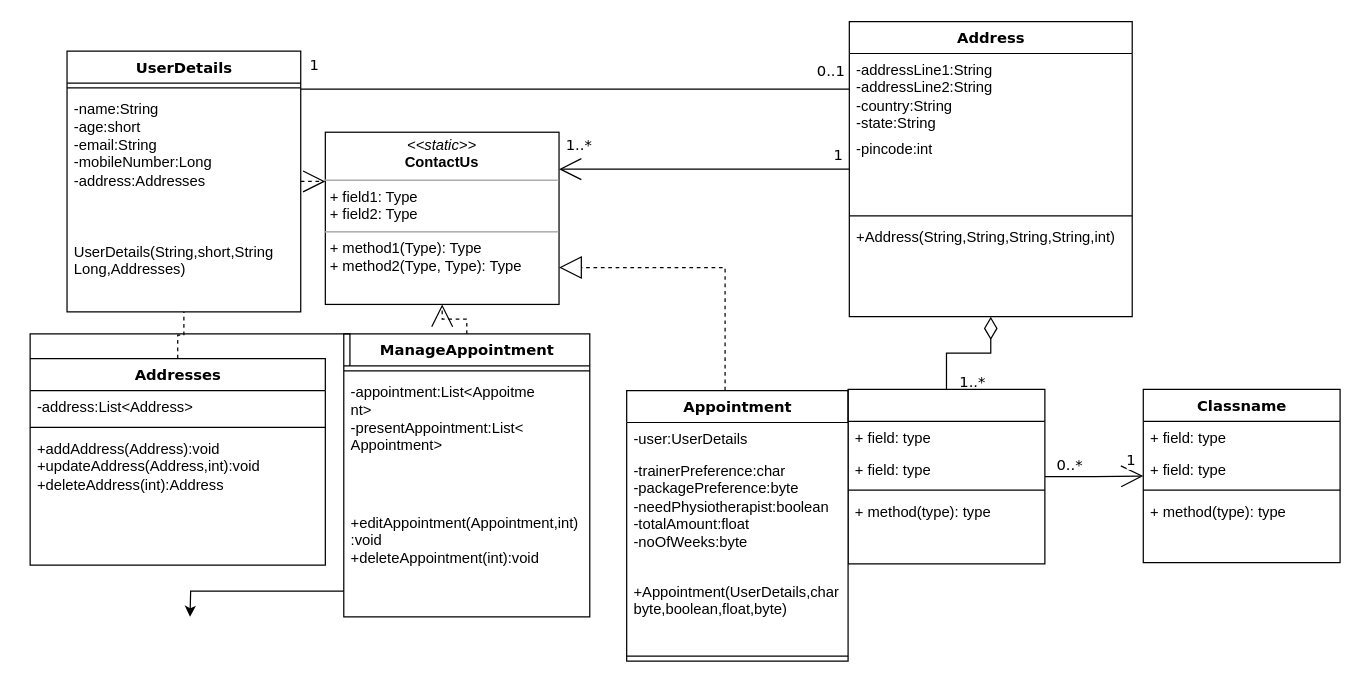
Before: Untitled Diagram.drawio in amitkumar-29/java-practice, a draw.io diagram. Source tidied: cells renumbered, new cells numbered last; positions are measured from the earlier drawing's top-left corner, leaving out a move shared by most shapes. Both pictures are drawn from the tidied source at 123%, with x=0, y=0 at pixel (30, 21).
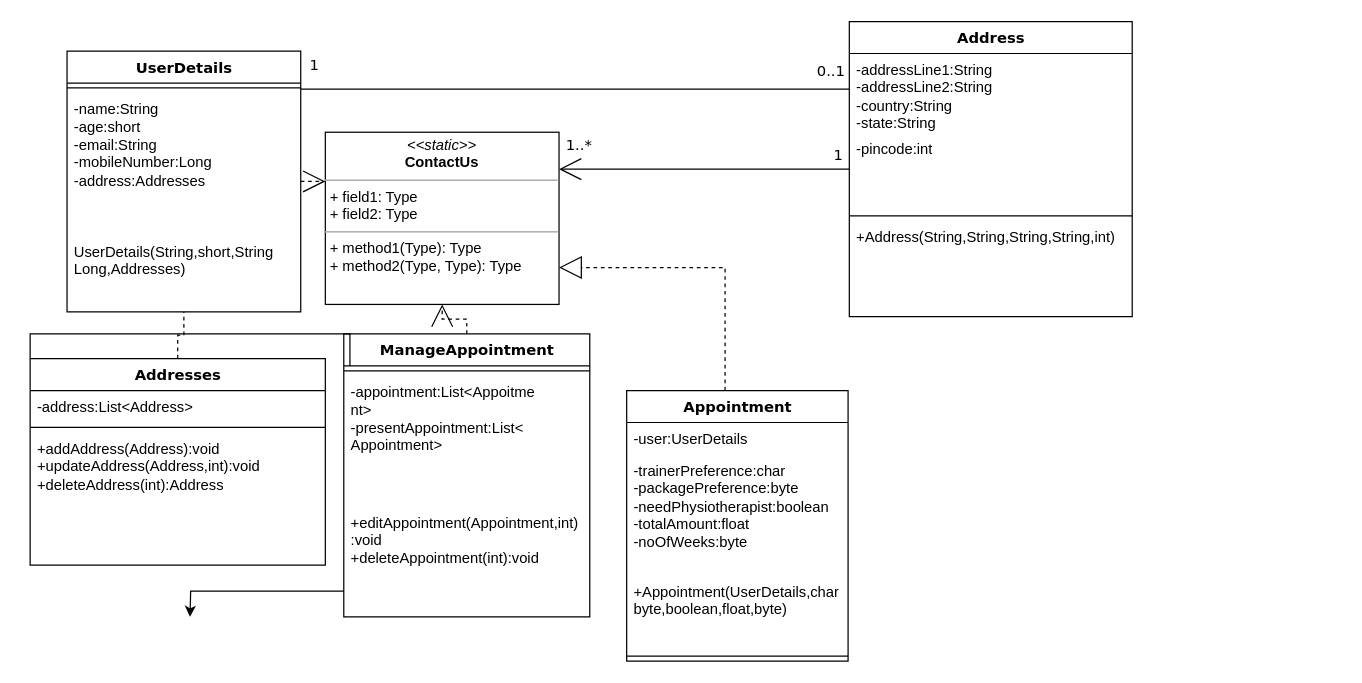
The same page after the edit.

Unchanged cells that the change refers to:
```xml
<mxCell id="14" value="Address" style="swimlane;html=1;fontStyle=1;align=center;verticalAlign=top;horizontal=1;startSize=26;swimlaneFillColor=#ffffff;rounded=0;shadow=0;comic=0;labelBackgroundColor=none;strokeWidth=1;fillColor=none;fontFamily=Verdana;fontSize=12;" parent="1" vertex="1">
  <mxGeometry x="666" width="230" height="240" as="geometry" />
</mxCell>
```

Diff of the diagram source:
```diff
@@
-    <mxCell id="24" style="edgeStyle=orthogonalEdgeStyle;rounded=0;html=1;labelBackgroundColor=none;startArrow=none;startFill=0;startSize=8;endArrow=diamondThin;endFill=0;endSize=16;fontFamily=Verdana;fontSize=12;" parent="1" edge="1" source="29" target="14">
-      <mxGeometry relative="1" as="geometry" />
-    </mxCell>
-    <mxCell id="25" value="1..*" style="text;html=1;align=center;verticalAlign=middle;labelBackgroundColor=#ffffff;fontSize=12;fontFamily=Verdana;" parent="24" vertex="1">
-      <mxGeometry x="-0.85" y="-1" relative="1" as="geometry">
-        <mxPoint x="19" y="1" as="offset" />
-      </mxGeometry>
-    </mxCell>
-    <mxCell id="26" style="edgeStyle=orthogonalEdgeStyle;rounded=0;html=1;labelBackgroundColor=none;startArrow=none;startFill=0;startSize=8;endArrow=open;endFill=0;endSize=16;fontFamily=Verdana;fontSize=12;" parent="1" edge="1" source="29" target="34">
-      <mxGeometry relative="1" as="geometry" />
-    </mxCell>
-    <mxCell id="27" value="0..*" style="text;html=1;align=center;verticalAlign=middle;labelBackgroundColor=#ffffff;fontSize=12;fontFamily=Verdana;" parent="26" vertex="1">
-      <mxGeometry x="-0.79" relative="1" as="geometry">
-        <mxPoint x="11" y="-10" as="offset" />
-      </mxGeometry>
-    </mxCell>
-    <mxCell id="28" value="1" style="text;html=1;align=center;verticalAlign=middle;labelBackgroundColor=#ffffff;fontSize=12;fontFamily=Verdana;" parent="26" vertex="1">
-      <mxGeometry x="0.7" y="1" relative="1" as="geometry">
-        <mxPoint x="2" y="-12" as="offset" />
-      </mxGeometry>
-    </mxCell>
-    <mxCell id="29" style="swimlane;html=1;fontStyle=1;align=center;verticalAlign=top;horizontal=1;startSize=26;swimlaneFillColor=#ffffff;rounded=0;shadow=0;comic=0;labelBackgroundColor=none;strokeWidth=1;fillColor=none;fontFamily=Verdana;fontSize=12;" parent="1" vertex="1">
-      <mxGeometry x="665" y="299" width="160" height="142" as="geometry" />
-    </mxCell>
-    <mxCell id="30" value="+ field: type" style="text;html=1;strokeColor=none;fillColor=none;align=left;verticalAlign=top;spacingLeft=4;spacingRight=4;whiteSpace=wrap;overflow=hidden;" parent="29" vertex="1">
-      <mxGeometry y="26" width="160" height="26" as="geometry" />
-    </mxCell>
-    <mxCell id="31" value="+ field: type" style="text;html=1;strokeColor=none;fillColor=none;align=left;verticalAlign=top;spacingLeft=4;spacingRight=4;whiteSpace=wrap;overflow=hidden;" parent="29" vertex="1">
-      <mxGeometry y="52" width="160" height="26" as="geometry" />
-    </mxCell>
-    <mxCell id="32" style="line;html=1;strokeWidth=1;fillColor=none;align=left;verticalAlign=middle;spacingTop=-1;spacingLeft=3;spacingRight=3;labelPosition=right;" parent="29" vertex="1">
-      <mxGeometry y="78" width="160" height="8" as="geometry" />
-    </mxCell>
-    <mxCell id="33" value="+ method(type): type" style="text;html=1;strokeColor=none;fillColor=none;align=left;verticalAlign=top;spacingLeft=4;spacingRight=4;whiteSpace=wrap;overflow=hidden;" parent="29" vertex="1">
-      <mxGeometry y="86" width="160" height="26" as="geometry" />
-    </mxCell>
-    <mxCell id="34" value="Classname" style="swimlane;html=1;fontStyle=1;align=center;verticalAlign=top;horizontal=1;startSize=26;swimlaneFillColor=#ffffff;rounded=0;shadow=0;comic=0;labelBackgroundColor=none;strokeWidth=1;fillColor=none;fontFamily=Verdana;fontSize=12;" parent="1" vertex="1">
-      <mxGeometry x="905" y="299" width="160" height="141" as="geometry" />
-    </mxCell>
-    <mxCell id="35" value="+ field: type" style="text;html=1;strokeColor=none;fillColor=none;align=left;verticalAlign=top;spacingLeft=4;spacingRight=4;whiteSpace=wrap;overflow=hidden;" parent="34" vertex="1">
-      <mxGeometry y="26" width="160" height="26" as="geometry" />
-    </mxCell>
-    <mxCell id="36" value="+ field: type" style="text;html=1;strokeColor=none;fillColor=none;align=left;verticalAlign=top;spacingLeft=4;spacingRight=4;whiteSpace=wrap;overflow=hidden;" parent="34" vertex="1">
-      <mxGeometry y="52" width="160" height="26" as="geometry" />
-    </mxCell>
-    <mxCell id="37" style="line;html=1;strokeWidth=1;fillColor=none;align=left;verticalAlign=middle;spacingTop=-1;spacingLeft=3;spacingRight=3;labelPosition=right;" parent="34" vertex="1">
-      <mxGeometry y="78" width="160" height="8" as="geometry" />
-    </mxCell>
-    <mxCell id="38" value="+ method(type): type" style="text;html=1;strokeColor=none;fillColor=none;align=left;verticalAlign=top;spacingLeft=4;spacingRight=4;whiteSpace=wrap;overflow=hidden;" parent="34" vertex="1">
-      <mxGeometry y="86" width="160" height="26" as="geometry" />
-    </mxCell>
```
